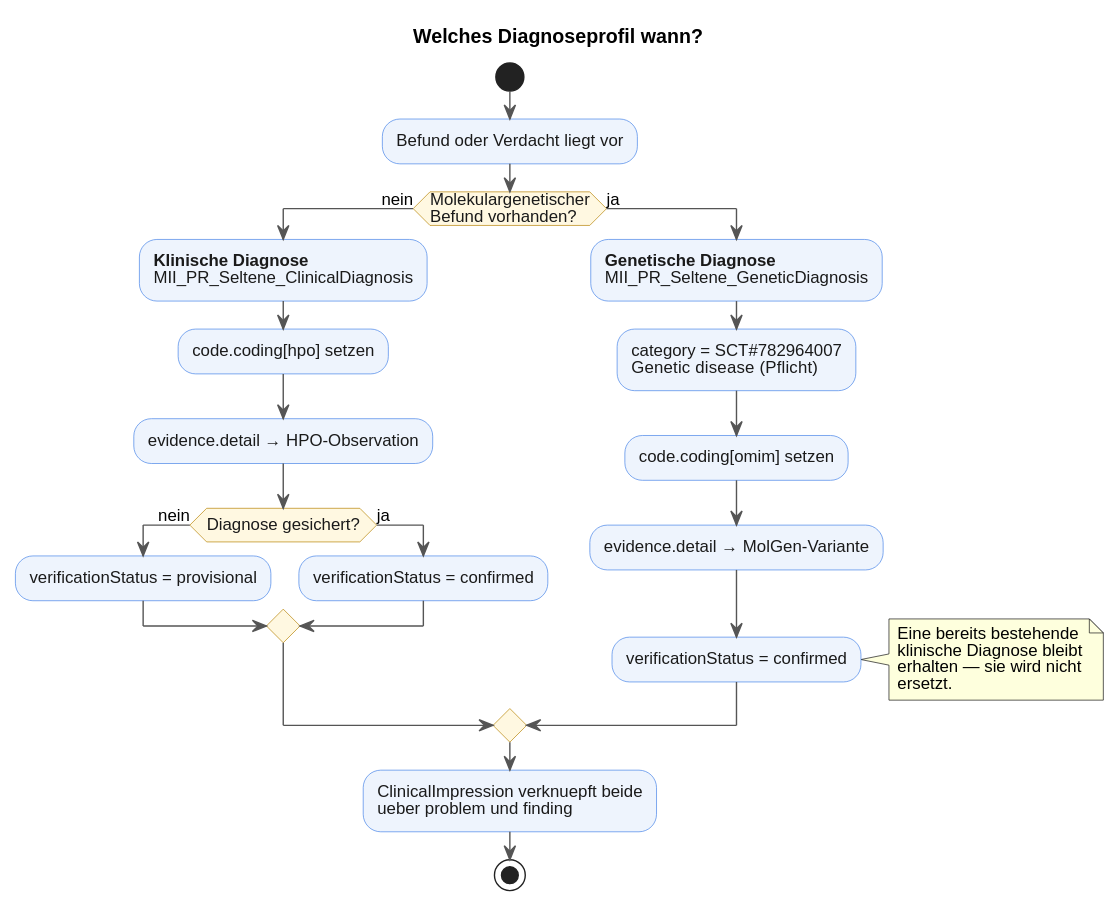
Before: input/images/diagnose-entscheidungsbaum.svg, a diagram exported from PlantUML (medizininformatik-initiative/kerndatensatzmodul-seltene-erkrankungen). The source it was exported from:
```plantuml
@startuml
skinparam backgroundColor transparent
skinparam shadowing false
skinparam defaultFontName Helvetica
skinparam defaultFontSize 12
skinparam ArrowColor #555555
skinparam activity {
  BorderColor #4a86e8
  BackgroundColor #eef4fd
  DiamondBorderColor #b8860b
  DiamondBackgroundColor #fff8e1
  FontColor #1a1a1a
}

title Welches Diagnoseprofil wann?

start
:Befund oder Verdacht liegt vor;

if (Molekulargenetischer\nBefund vorhanden?) then (nein)
  :**Klinische Diagnose**\nMII_PR_Seltene_ClinicalDiagnosis;
  :code.coding[hpo] setzen;
  :evidence.detail → HPO-Observation;
  if (Diagnose gesichert?) then (nein)
    :verificationStatus = provisional;
  else (ja)
    :verificationStatus = confirmed;
  endif
else (ja)
  :**Genetische Diagnose**\nMII_PR_Seltene_GeneticDiagnosis;
  :category = SCT#782964007\nGenetic disease  (Pflicht);
  :code.coding[omim] setzen;
  :evidence.detail → MolGen-Variante;
  :verificationStatus = confirmed;
  note right
    Eine bereits bestehende
    klinische Diagnose bleibt
    erhalten — sie wird nicht
    ersetzt.
  end note
endif

:ClinicalImpression verknuepft beide\nueber problem und finding;
stop
@enduml
```
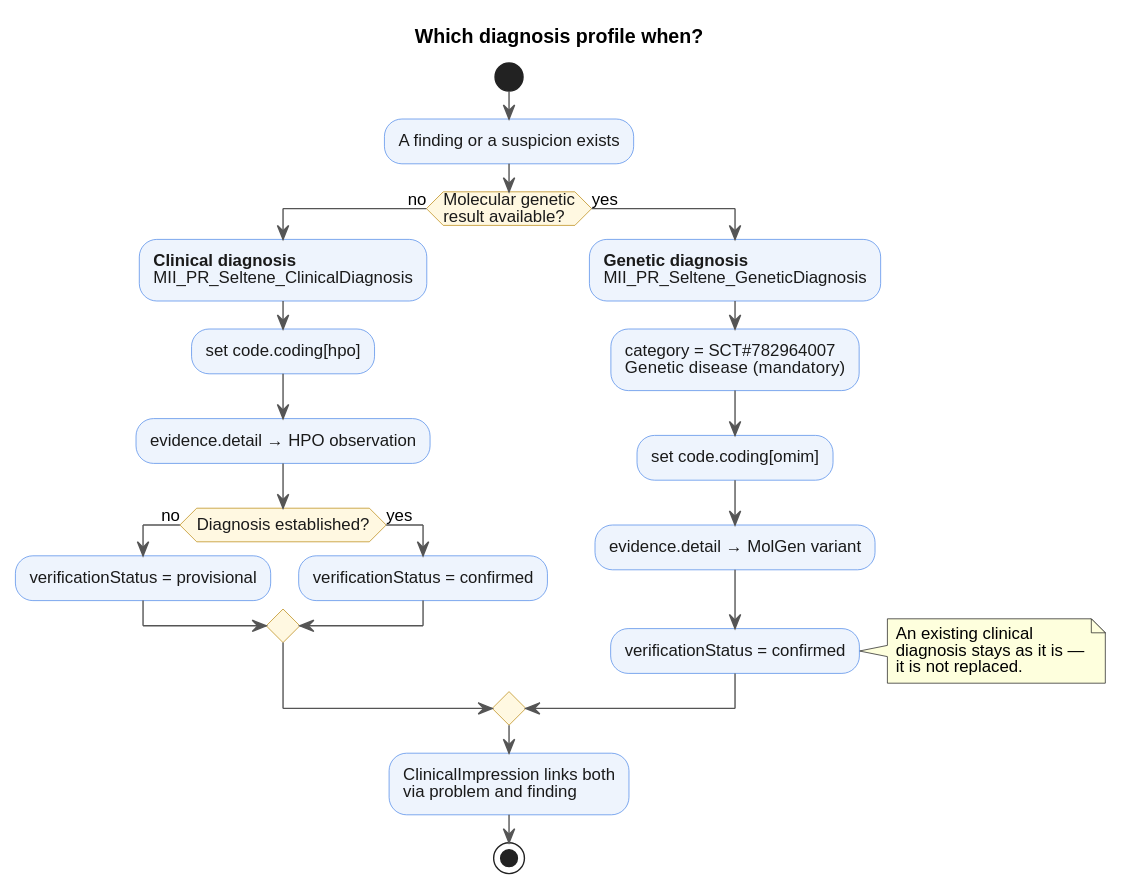
After the commit.

What changed in the source:
```diff
@@ -12,34 +12,33 @@
   FontColor #1a1a1a
 }
 
-title Welches Diagnoseprofil wann?
+title Which diagnosis profile when?
 
 start
-:Befund oder Verdacht liegt vor;
+:A finding or a suspicion exists;
 
-if (Molekulargenetischer\nBefund vorhanden?) then (nein)
-  :**Klinische Diagnose**\nMII_PR_Seltene_ClinicalDiagnosis;
-  :code.coding[hpo] setzen;
-  :evidence.detail → HPO-Observation;
-  if (Diagnose gesichert?) then (nein)
+if (Molecular genetic\nresult available?) then (no)
+  :**Clinical diagnosis**\nMII_PR_Seltene_ClinicalDiagnosis;
+  :set code.coding[hpo];
+  :evidence.detail → HPO observation;
+  if (Diagnosis established?) then (no)
     :verificationStatus = provisional;
-  else (ja)
+  else (yes)
     :verificationStatus = confirmed;
   endif
-else (ja)
-  :**Genetische Diagnose**\nMII_PR_Seltene_GeneticDiagnosis;
-  :category = SCT#782964007\nGenetic disease  (Pflicht);
-  :code.coding[omim] setzen;
-  :evidence.detail → MolGen-Variante;
+else (yes)
+  :**Genetic diagnosis**\nMII_PR_Seltene_GeneticDiagnosis;
+  :category = SCT#782964007\nGenetic disease  (mandatory);
+  :set code.coding[omim];
+  :evidence.detail → MolGen variant;
   :verificationStatus = confirmed;
   note right
-    Eine bereits bestehende
-    klinische Diagnose bleibt
-    erhalten — sie wird nicht
-    ersetzt.
+    An existing clinical
+    diagnosis stays as it is —
+    it is not replaced.
   end note
 endif
 
-:ClinicalImpression verknuepft beide\nueber problem und finding;
+:ClinicalImpression links both\nvia problem and finding;
 stop
 @enduml
```
